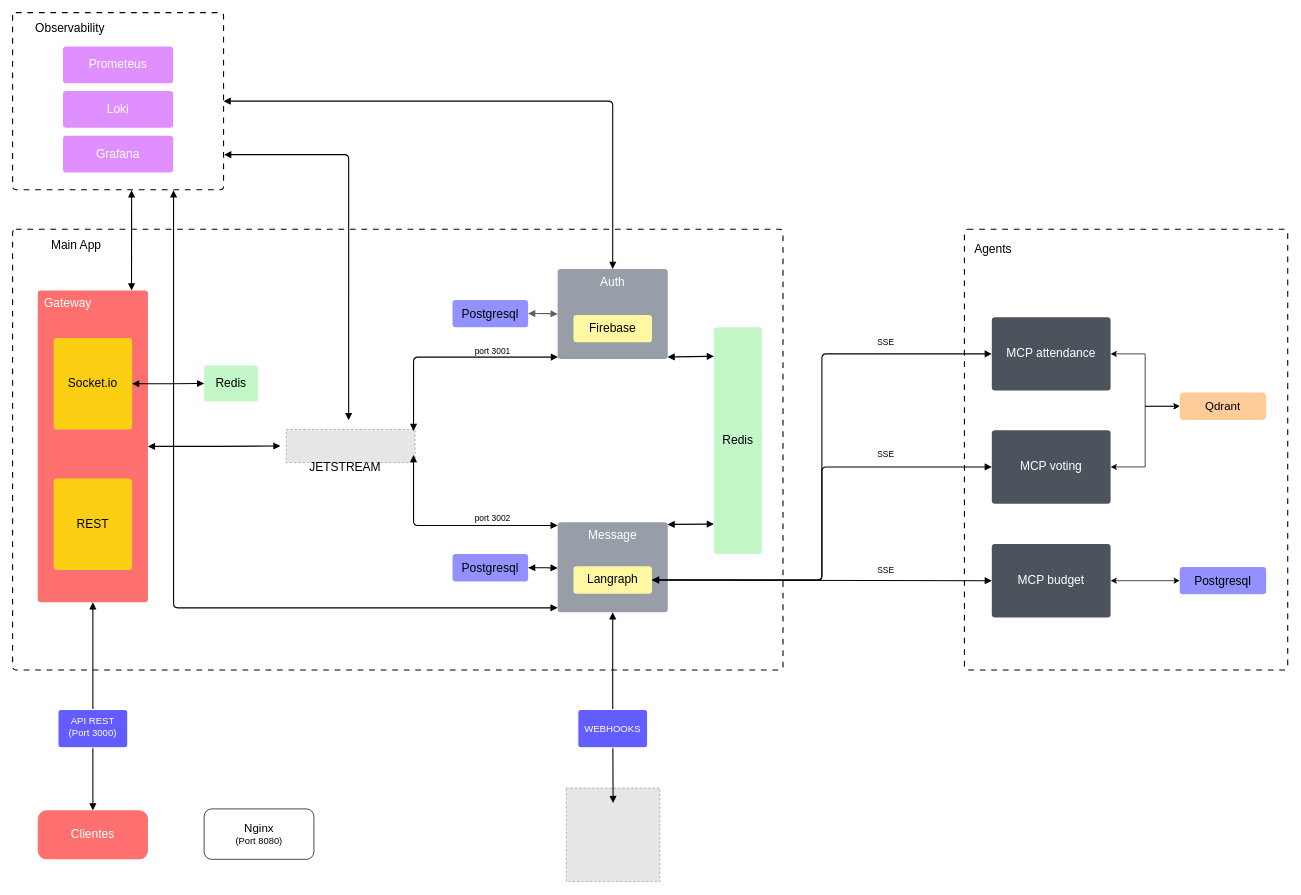
This is others/z_arquitectura.drawio from NahumFGz/tesismaestriauni-launcher, a draw.io file, before an edit. Source tidied: cells renumbered, new cells numbered last; positions are measured from the earlier drawing's top-left corner, leaving out a move shared by most shapes. Both pictures are drawn from the tidied source at 72%, with x=0, y=0 at pixel (12, 12). Pictures stored in the file or linked from it are replaced by grey dashed boxes.
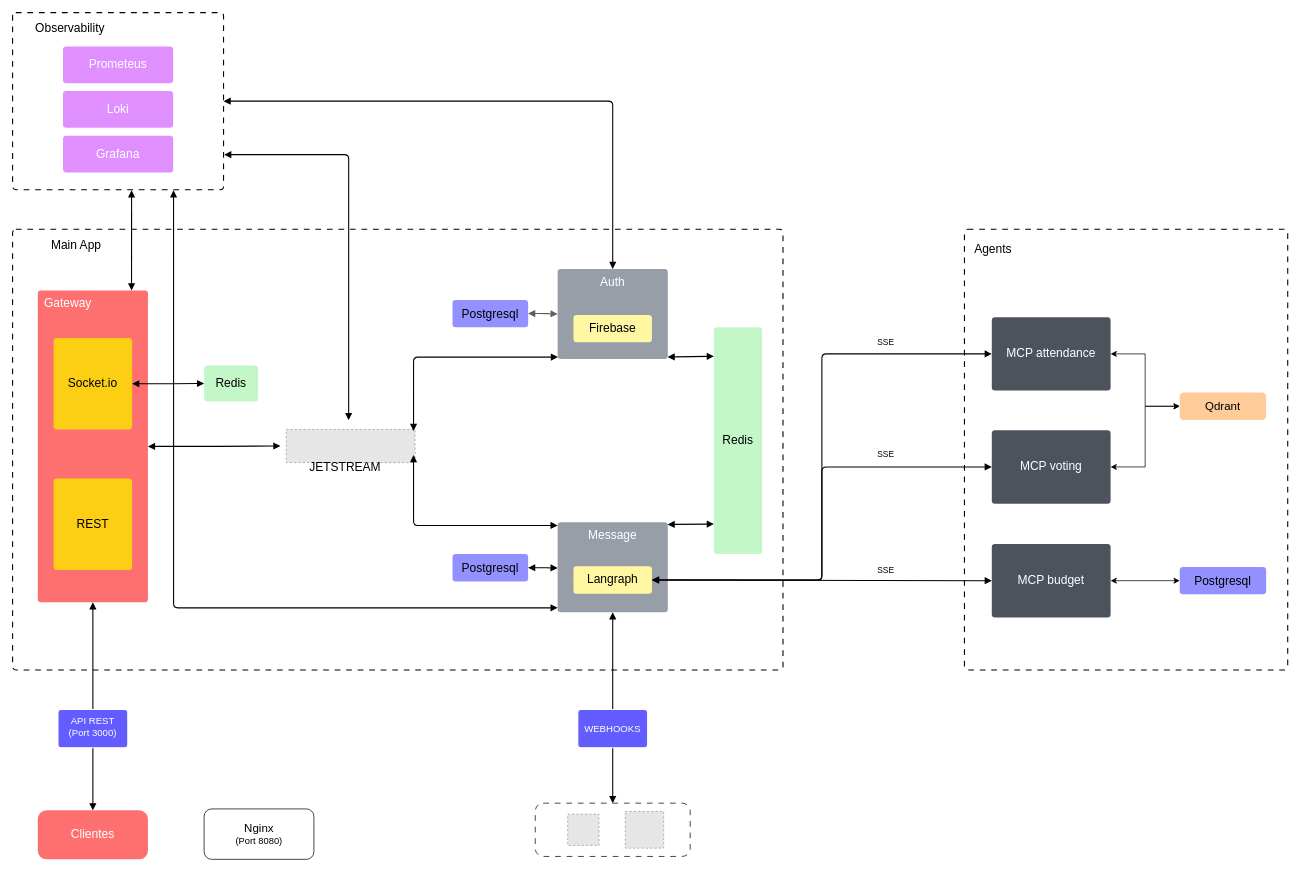
After the change.

Commit message:
feat: :sparkles: Limpieza de puertos

The change refers to these unchanged cells:
```xml
<mxCell id="21" value="Message" style="html=1;overflow=block;blockSpacing=1;whiteSpace=wrap;fontSize=16.7;fontColor=#ffffff;fontStyle=0;align=center;spacing=9;verticalAlign=top;strokeOpacity=0;fillOpacity=100;rounded=1;absoluteArcSize=1;arcSize=9;fillColor=#979ea8;strokeWidth=1.5;lucidId=fALc.GhtOYFA;" parent="1" vertex="1">
  <mxGeometry x="757" y="708" width="153" height="125" as="geometry" />
</mxCell>
```

What changed in the source:
```diff
@@
+    <mxCell id="61" style="rounded=1;whiteSpace=wrap;html=1;fillColor=none;dashed=1;dashPattern=8 8;" parent="1" vertex="1">
+      <mxGeometry x="725.9" y="1098" width="215.2" height="74" as="geometry" />
+    </mxCell>
@@
-    <mxCell id="13" value="port 3001" style="html=1;overflow=block;blockSpacing=1;whiteSpace=wrap;fontSize=11.7;align=center;spacing=0;strokeOpacity=100;rounded=1;absoluteArcSize=1;arcSize=9;fillColor=none;strokeWidth=NaN;lucidId=6OLchVihXjKO;strokeColor=none;fontStyle=0;" parent="1" vertex="1">
-      <mxGeometry x="618" y="458" width="98" height="23" as="geometry" />
-    </mxCell>
     <mxCell id="14" style="fillColor=#E6E6E6;strokeColor=#999999;dashed=1;html=1;whiteSpace=wrap;fontSize=13;spacing=0;fontStyle=0;" parent="1" vertex="1">
-      <mxGeometry x="769" y="1077" width="130" height="130" as="geometry" />
+      <mxGeometry x="851" y="1109.5" width="53.3" height="51" as="geometry" />
     </mxCell>
-    <mxCell id="15" style="html=1;jettySize=18;whiteSpace=wrap;fontSize=13;strokeColor=default;strokeWidth=1.5;rounded=1;arcSize=12;edgeStyle=orthogonalEdgeStyle;startArrow=block;startFill=1;endArrow=block;endFill=1;exitX=0.5;exitY=1;exitPerimeter=0;entryX=0.5;entryY=0.16;entryPerimeter=0;lucidId=Wh5cpuIhzJHz;fontStyle=0;" parent="1" edge="1" source="21" target="14">
+    <mxCell id="15" style="html=1;jettySize=18;whiteSpace=wrap;fontSize=13;strokeColor=default;strokeWidth=1.5;rounded=1;arcSize=12;edgeStyle=orthogonalEdgeStyle;startArrow=block;startFill=1;endArrow=block;endFill=1;exitX=0.5;exitY=1;exitPerimeter=0;entryX=0.5;entryY=0;lucidId=Wh5cpuIhzJHz;fontStyle=0;entryDx=0;entryDy=0;" parent="1" edge="1" source="21" target="61">
       <mxGeometry relative="1" as="geometry" />
     </mxCell>
@@
-    <mxCell id="26" value="port 3002" style="html=1;overflow=block;blockSpacing=1;whiteSpace=wrap;fontSize=11.7;align=center;spacing=0;strokeOpacity=100;rounded=1;absoluteArcSize=1;arcSize=9;fillColor=none;strokeWidth=NaN;lucidId=KPLccLA~1dpZ;strokeColor=none;fontStyle=0;" parent="1" vertex="1">
-      <mxGeometry x="621" y="692" width="92" height="22" as="geometry" />
-    </mxCell>
@@
+    <mxCell id="62" style="fillColor=#E6E6E6;strokeColor=#999999;dashed=1;verticalLabelPosition=bottom;labelBackgroundColor=default;verticalAlign=top;" parent="1" vertex="1">
+      <mxGeometry x="771" y="1113.2" width="43.5" height="43.5" as="geometry" />
+    </mxCell>
```
